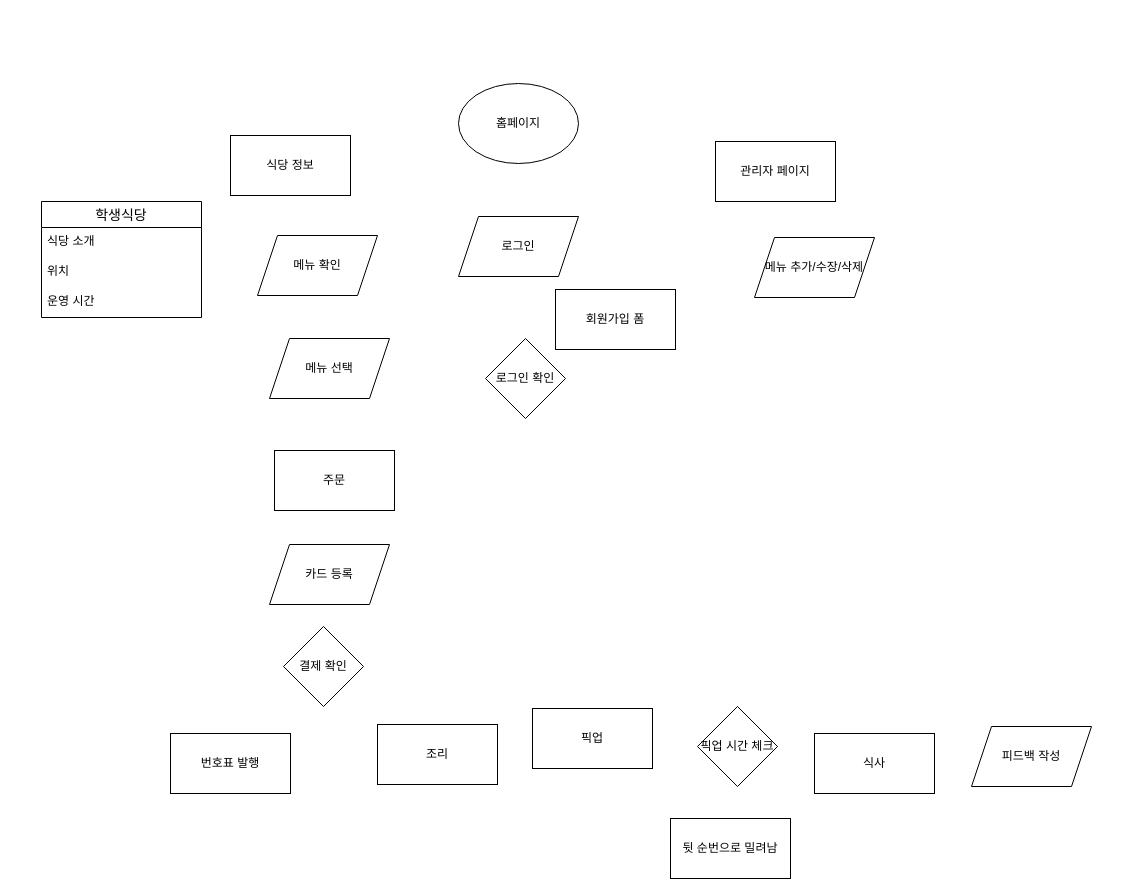
This is student_cafeteria/flowchart2.drawio from four-idiots-team/student-cafteria-ticket-vending, a draw.io file, before an edit. Source tidied: cells renumbered, new cells numbered last; positions are measured from the earlier drawing's top-left corner, leaving out a move shared by most shapes. Both pictures are drawn from the tidied source at 100%, with x=0, y=0 at pixel (41, 83).
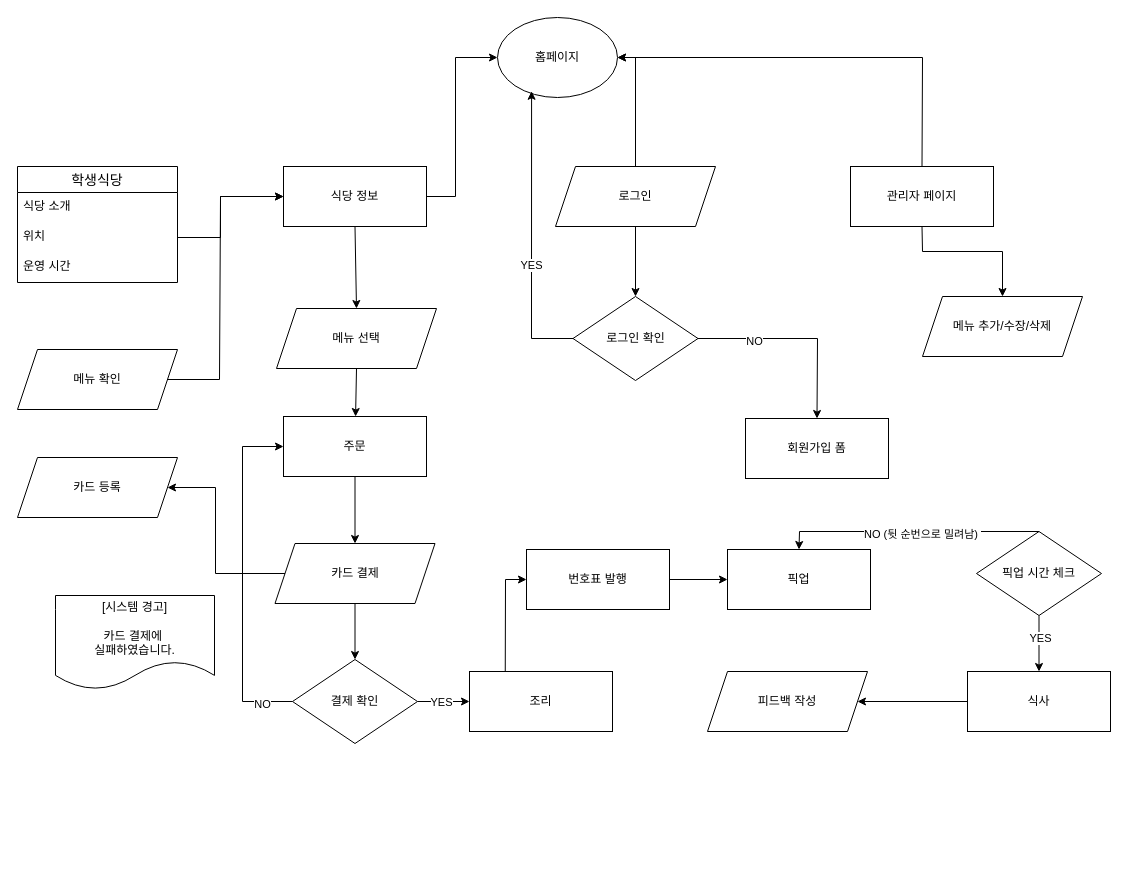
Above is the later version.

Unchanged cells that the change refers to:
```xml
<mxCell id="5" value="위치" style="text;strokeColor=none;fillColor=none;spacingLeft=4;spacingRight=4;overflow=hidden;points=[[0,0.5],[1,0.5]];portConstraint=eastwest;fontSize=12;whiteSpace=wrap;html=1;fontFamily=Helvetica;fontColor=default;" parent="3" vertex="1">
  <mxGeometry y="56" width="160" height="30" as="geometry" />
</mxCell>
```

The edit, as a diff of the source:
```diff
@@
     <mxCell id="2" value="홈페이지" style="ellipse;whiteSpace=wrap;html=1;strokeColor=default;align=center;verticalAlign=middle;fontFamily=Helvetica;fontSize=12;fontColor=default;fillColor=default;" parent="1" vertex="1">
-      <mxGeometry x="417" width="120" height="80" as="geometry" />
+      <mxGeometry x="456" y="-66" width="120" height="80" as="geometry" />
     </mxCell>
     <mxCell id="3" value="학생식당" style="swimlane;fontStyle=0;horizontal=1;startSize=26;align=center;fontSize=14;strokeColor=default;verticalAlign=middle;fontFamily=Helvetica;fontColor=default;fillColor=default;glass=0;" parent="1" vertex="1">
-      <mxGeometry y="118" width="160" height="116" as="geometry" />
+      <mxGeometry x="-24" y="83" width="160" height="116" as="geometry" />
     </mxCell>
@@
+    <mxCell id="10" value="결제 확인" style="rhombus;whiteSpace=wrap;html=1;strokeColor=default;align=center;verticalAlign=middle;fontFamily=Helvetica;fontSize=12;fontColor=default;fillColor=default;" parent="1" vertex="1">
+      <mxGeometry x="251" y="576" width="125" height="84" as="geometry" />
+    </mxCell>
+    <mxCell id="20" value="메뉴 추가/수장/삭제" style="shape=parallelogram;perimeter=parallelogramPerimeter;whiteSpace=wrap;html=1;fixedSize=1;strokeColor=default;align=center;verticalAlign=middle;fontFamily=Helvetica;fontSize=12;fontColor=default;fillColor=default;" parent="1" vertex="1">
+      <mxGeometry x="881" y="213" width="160" height="60" as="geometry" />
+    </mxCell>
+    <mxCell id="9" value="메뉴 확인" style="shape=parallelogram;perimeter=parallelogramPerimeter;whiteSpace=wrap;html=1;fixedSize=1;strokeColor=default;align=center;verticalAlign=middle;fontFamily=Helvetica;fontSize=12;fontColor=default;fillColor=default;" parent="1" vertex="1">
+      <mxGeometry x="-24" y="266" width="160" height="60" as="geometry" />
+    </mxCell>
+    <mxCell id="21" value="메뉴 선택" style="shape=parallelogram;perimeter=parallelogramPerimeter;whiteSpace=wrap;html=1;fixedSize=1;strokeColor=default;align=center;verticalAlign=middle;fontFamily=Helvetica;fontSize=12;fontColor=default;fillColor=default;" parent="1" vertex="1">
+      <mxGeometry x="235" y="225" width="160" height="60" as="geometry" />
+    </mxCell>
+    <mxCell id="25" value="카드 결제" style="shape=parallelogram;perimeter=parallelogramPerimeter;whiteSpace=wrap;html=1;fixedSize=1;strokeColor=default;align=center;verticalAlign=middle;fontFamily=Helvetica;fontSize=12;fontColor=default;fillColor=default;" parent="1" vertex="1">
+      <mxGeometry x="233.5" y="460" width="160" height="60" as="geometry" />
+    </mxCell>
+    <mxCell id="23" value="식당 정보" style="rounded=0;whiteSpace=wrap;html=1;strokeColor=default;align=center;verticalAlign=middle;fontFamily=Helvetica;fontSize=12;fontColor=default;fillColor=default;" parent="1" vertex="1">
+      <mxGeometry x="242" y="83" width="143" height="60" as="geometry" />
+    </mxCell>
     <mxCell id="7" value="회원가입 폼" style="rounded=0;whiteSpace=wrap;html=1;strokeColor=default;align=center;verticalAlign=middle;fontFamily=Helvetica;fontSize=12;fontColor=default;fillColor=default;" parent="1" vertex="1">
-      <mxGeometry x="514" y="206" width="120" height="60" as="geometry" />
+      <mxGeometry x="704" y="335" width="143" height="60" as="geometry" />
     </mxCell>
+    <mxCell id="19" value="관리자 페이지" style="rounded=0;whiteSpace=wrap;html=1;strokeColor=default;align=center;verticalAlign=middle;fontFamily=Helvetica;fontSize=12;fontColor=default;fillColor=default;" parent="1" vertex="1">
+      <mxGeometry x="809" y="83" width="143" height="60" as="geometry" />
+    </mxCell>
     <mxCell id="8" value="로그인" style="shape=parallelogram;perimeter=parallelogramPerimeter;whiteSpace=wrap;html=1;fixedSize=1;strokeColor=default;align=center;verticalAlign=middle;fontFamily=Helvetica;fontSize=12;fontColor=default;fillColor=default;" parent="1" vertex="1">
-      <mxGeometry x="417" y="133" width="120" height="60" as="geometry" />
+      <mxGeometry x="514" y="83" width="160" height="60" as="geometry" />
     </mxCell>
-    <mxCell id="9" value="메뉴 확인" style="shape=parallelogram;perimeter=parallelogramPerimeter;whiteSpace=wrap;html=1;fixedSize=1;strokeColor=default;align=center;verticalAlign=middle;fontFamily=Helvetica;fontSize=12;fontColor=default;fillColor=default;" parent="1" vertex="1">
-      <mxGeometry x="216" y="152" width="120" height="60" as="geometry" />
-    </mxCell>
-    <mxCell id="10" value="결제 확인" style="rhombus;whiteSpace=wrap;html=1;strokeColor=default;align=center;verticalAlign=middle;fontFamily=Helvetica;fontSize=12;fontColor=default;fillColor=default;" parent="1" vertex="1">
-      <mxGeometry x="242" y="543" width="80" height="80" as="geometry" />
-    </mxCell>
+    <mxCell id="16" value="피드백 작성" style="shape=parallelogram;perimeter=parallelogramPerimeter;whiteSpace=wrap;html=1;fixedSize=1;strokeColor=default;align=center;verticalAlign=middle;fontFamily=Helvetica;fontSize=12;fontColor=default;fillColor=default;" parent="1" vertex="1">
+      <mxGeometry x="666" y="588" width="160" height="60" as="geometry" />
+    </mxCell>
     <mxCell id="11" value="번호표 발행" style="rounded=0;whiteSpace=wrap;html=1;strokeColor=default;align=center;verticalAlign=middle;fontFamily=Helvetica;fontSize=12;fontColor=default;fillColor=default;" parent="1" vertex="1">
-      <mxGeometry x="129" y="650" width="120" height="60" as="geometry" />
+      <mxGeometry x="485" y="466" width="143" height="60" as="geometry" />
     </mxCell>
     <mxCell id="12" value="조리" style="rounded=0;whiteSpace=wrap;html=1;strokeColor=default;align=center;verticalAlign=middle;fontFamily=Helvetica;fontSize=12;fontColor=default;fillColor=default;" parent="1" vertex="1">
-      <mxGeometry x="336" y="641" width="120" height="60" as="geometry" />
+      <mxGeometry x="428" y="588" width="143" height="60" as="geometry" />
     </mxCell>
     <mxCell id="13" value="픽업" style="rounded=0;whiteSpace=wrap;html=1;strokeColor=default;align=center;verticalAlign=middle;fontFamily=Helvetica;fontSize=12;fontColor=default;fillColor=default;" parent="1" vertex="1">
-      <mxGeometry x="491" y="625" width="120" height="60" as="geometry" />
+      <mxGeometry x="686" y="466" width="143" height="60" as="geometry" />
     </mxCell>
     <mxCell id="14" value="식사" style="rounded=0;whiteSpace=wrap;html=1;strokeColor=default;align=center;verticalAlign=middle;fontFamily=Helvetica;fontSize=12;fontColor=default;fillColor=default;" parent="1" vertex="1">
-      <mxGeometry x="773" y="650" width="120" height="60" as="geometry" />
+      <mxGeometry x="926" y="588" width="143" height="60" as="geometry" />
     </mxCell>
+    <mxCell id="18" value="로그인 확인" style="rhombus;whiteSpace=wrap;html=1;strokeColor=default;align=center;verticalAlign=middle;fontFamily=Helvetica;fontSize=12;fontColor=default;fillColor=default;" parent="1" vertex="1">
+      <mxGeometry x="531.5" y="213" width="125" height="84" as="geometry" />
+    </mxCell>
+    <mxCell id="17" value="주문" style="rounded=0;whiteSpace=wrap;html=1;strokeColor=default;align=center;verticalAlign=middle;fontFamily=Helvetica;fontSize=12;fontColor=default;fillColor=default;" parent="1" vertex="1">
+      <mxGeometry x="242" y="333" width="143" height="60" as="geometry" />
+    </mxCell>
     <mxCell id="15" value="픽업 시간 체크" style="rhombus;whiteSpace=wrap;html=1;strokeColor=default;align=center;verticalAlign=middle;fontFamily=Helvetica;fontSize=12;fontColor=default;fillColor=default;" parent="1" vertex="1">
-      <mxGeometry x="656" y="623" width="80" height="80" as="geometry" />
+      <mxGeometry x="935" y="448" width="125" height="84" as="geometry" />
     </mxCell>
-    <mxCell id="16" value="피드백 작성" style="shape=parallelogram;perimeter=parallelogramPerimeter;whiteSpace=wrap;html=1;fixedSize=1;strokeColor=default;align=center;verticalAlign=middle;fontFamily=Helvetica;fontSize=12;fontColor=default;fillColor=default;" parent="1" vertex="1">
-      <mxGeometry x="930" y="643" width="120" height="60" as="geometry" />
-    </mxCell>
-    <mxCell id="17" value="주문" style="rounded=0;whiteSpace=wrap;html=1;strokeColor=default;align=center;verticalAlign=middle;fontFamily=Helvetica;fontSize=12;fontColor=default;fillColor=default;" parent="1" vertex="1">
-      <mxGeometry x="233" y="367" width="120" height="60" as="geometry" />
-    </mxCell>
-    <mxCell id="18" value="로그인 확인" style="rhombus;whiteSpace=wrap;html=1;strokeColor=default;align=center;verticalAlign=middle;fontFamily=Helvetica;fontSize=12;fontColor=default;fillColor=default;" parent="1" vertex="1">
-      <mxGeometry x="444" y="255" width="80" height="80" as="geometry" />
-    </mxCell>
-    <mxCell id="19" value="관리자 페이지" style="rounded=0;whiteSpace=wrap;html=1;strokeColor=default;align=center;verticalAlign=middle;fontFamily=Helvetica;fontSize=12;fontColor=default;fillColor=default;" parent="1" vertex="1">
-      <mxGeometry x="674" y="58" width="120" height="60" as="geometry" />
-    </mxCell>
-    <mxCell id="20" value="메뉴 추가/수장/삭제" style="shape=parallelogram;perimeter=parallelogramPerimeter;whiteSpace=wrap;html=1;fixedSize=1;strokeColor=default;align=center;verticalAlign=middle;fontFamily=Helvetica;fontSize=12;fontColor=default;fillColor=default;" parent="1" vertex="1">
-      <mxGeometry x="713" y="154" width="120" height="60" as="geometry" />
-    </mxCell>
-    <mxCell id="21" value="메뉴 선택" style="shape=parallelogram;perimeter=parallelogramPerimeter;whiteSpace=wrap;html=1;fixedSize=1;strokeColor=default;align=center;verticalAlign=middle;fontFamily=Helvetica;fontSize=12;fontColor=default;fillColor=default;" parent="1" vertex="1">
-      <mxGeometry x="228" y="255" width="120" height="60" as="geometry" />
-    </mxCell>
-    <mxCell id="22" value="뒷 순번으로 밀려남" style="rounded=0;whiteSpace=wrap;html=1;strokeColor=default;align=center;verticalAlign=middle;fontFamily=Helvetica;fontSize=12;fontColor=default;fillColor=default;" parent="1" vertex="1">
-      <mxGeometry x="629" y="735" width="120" height="60" as="geometry" />
-    </mxCell>
-    <mxCell id="23" value="식당 정보" style="rounded=0;whiteSpace=wrap;html=1;strokeColor=default;align=center;verticalAlign=middle;fontFamily=Helvetica;fontSize=12;fontColor=default;fillColor=default;" parent="1" vertex="1">
-      <mxGeometry x="189" y="52" width="120" height="60" as="geometry" />
-    </mxCell>
     <mxCell id="24" value="카드 등록" style="shape=parallelogram;perimeter=parallelogramPerimeter;whiteSpace=wrap;html=1;fixedSize=1;strokeColor=default;align=center;verticalAlign=middle;fontFamily=Helvetica;fontSize=12;fontColor=default;fillColor=default;" parent="1" vertex="1">
-      <mxGeometry x="228" y="461" width="120" height="60" as="geometry" />
+      <mxGeometry x="-24" y="374" width="160" height="60" as="geometry" />
     </mxCell>
+    <mxCell id="26" style="endArrow=classic;html=1;rounded=0;exitX=1;exitY=0.5;exitDx=0;exitDy=0;entryX=0;entryY=0.5;entryDx=0;entryDy=0;" parent="1" edge="1" source="5" target="23">
+      <mxGeometry relative="1" as="geometry">
+        <Array as="points">
+          <mxPoint x="179" y="154" />
+          <mxPoint x="179" y="113" />
+        </Array>
+      </mxGeometry>
+    </mxCell>
+    <mxCell id="27" style="endArrow=classic;html=1;rounded=0;exitX=1;exitY=0.5;exitDx=0;exitDy=0;entryX=0;entryY=0.5;entryDx=0;entryDy=0;" parent="1" edge="1" source="9" target="23">
+      <mxGeometry relative="1" as="geometry">
+        <Array as="points">
+          <mxPoint x="178" y="296" />
+          <mxPoint x="179" y="113" />
+        </Array>
+      </mxGeometry>
+    </mxCell>
+    <mxCell id="28" style="endArrow=classic;html=1;rounded=0;exitX=1;exitY=0.5;exitDx=0;exitDy=0;entryX=0;entryY=0.5;entryDx=0;entryDy=0;" parent="1" edge="1" source="23" target="2">
+      <mxGeometry relative="1" as="geometry">
+        <Array as="points">
+          <mxPoint x="414" y="113" />
+          <mxPoint x="414" y="-26" />
+        </Array>
+      </mxGeometry>
+    </mxCell>
+    <mxCell id="29" style="endArrow=classic;html=1;rounded=0;exitX=0.5;exitY=0;exitDx=0;exitDy=0;entryX=1;entryY=0.5;entryDx=0;entryDy=0;" parent="1" edge="1" source="8" target="2">
+      <mxGeometry relative="1" as="geometry">
+        <Array as="points">
+          <mxPoint x="594" y="-26" />
+        </Array>
+      </mxGeometry>
+    </mxCell>
+    <mxCell id="30" style="endArrow=classic;html=1;rounded=0;exitX=0.5;exitY=0;exitDx=0;exitDy=0;entryX=1;entryY=0.5;entryDx=0;entryDy=0;" parent="1" edge="1" source="19" target="2">
+      <mxGeometry relative="1" as="geometry">
+        <Array as="points">
+          <mxPoint x="881" y="-26" />
+        </Array>
+      </mxGeometry>
+    </mxCell>
+    <mxCell id="31" style="endArrow=classic;html=1;rounded=0;entryX=0.5;entryY=0;entryDx=0;entryDy=0;exitX=0.5;exitY=1;exitDx=0;exitDy=0;" parent="1" edge="1" source="23" target="21">
+      <mxGeometry relative="1" as="geometry" />
+    </mxCell>
+    <mxCell id="32" style="endArrow=classic;html=1;rounded=0;entryX=0.5;entryY=0;entryDx=0;entryDy=0;exitX=0.5;exitY=1;exitDx=0;exitDy=0;" parent="1" edge="1" source="8" target="18">
+      <mxGeometry relative="1" as="geometry" />
+    </mxCell>
+    <mxCell id="33" style="endArrow=classic;html=1;rounded=0;exitX=1;exitY=0.5;exitDx=0;exitDy=0;entryX=0.5;entryY=0;entryDx=0;entryDy=0;" parent="1" edge="1" source="18" target="7">
+      <mxGeometry relative="1" as="geometry">
+        <Array as="points">
+          <mxPoint x="776" y="255" />
+        </Array>
+      </mxGeometry>
+    </mxCell>
+    <mxCell id="34" value="NO" style="edgeLabel;html=1;align=center;verticalAlign=middle;" parent="33" vertex="1">
+      <mxGeometry x="-0.44" y="-2" relative="1" as="geometry" />
+    </mxCell>
+    <mxCell id="35" style="endArrow=classic;html=1;rounded=0;exitX=0;exitY=0.5;exitDx=0;exitDy=0;entryX=0.284;entryY=0.922;entryDx=0;entryDy=0;entryPerimeter=0;" parent="1" edge="1" source="18" target="2">
+      <mxGeometry relative="1" as="geometry">
+        <Array as="points">
+          <mxPoint x="490" y="255" />
+        </Array>
+      </mxGeometry>
+    </mxCell>
+    <mxCell id="36" value="YES" style="edgeLabel;html=1;align=center;verticalAlign=middle;" parent="35" vertex="1">
+      <mxGeometry x="-0.2" y="1" relative="1" as="geometry" />
+    </mxCell>
+    <mxCell id="37" style="endArrow=classic;html=1;rounded=0;entryX=0.5;entryY=0;entryDx=0;entryDy=0;exitX=0.5;exitY=1;exitDx=0;exitDy=0;" parent="1" edge="1" source="19" target="20">
+      <mxGeometry relative="1" as="geometry">
+        <Array as="points">
+          <mxPoint x="881" y="168" />
+          <mxPoint x="961" y="168" />
+        </Array>
+      </mxGeometry>
+    </mxCell>
+    <mxCell id="38" style="endArrow=classic;html=1;rounded=0;exitX=0.5;exitY=1;exitDx=0;exitDy=0;" parent="1" edge="1" source="21" target="17">
+      <mxGeometry relative="1" as="geometry" />
+    </mxCell>
+    <mxCell id="39" style="endArrow=classic;html=1;rounded=0;exitX=0.5;exitY=1;exitDx=0;exitDy=0;entryX=0.5;entryY=0;entryDx=0;entryDy=0;" parent="1" edge="1" source="17" target="25">
+      <mxGeometry relative="1" as="geometry" />
+    </mxCell>
+    <mxCell id="40" style="endArrow=classic;html=1;rounded=0;exitX=0;exitY=0.5;exitDx=0;exitDy=0;entryX=1;entryY=0.5;entryDx=0;entryDy=0;" parent="1" edge="1" source="25" target="24">
+      <mxGeometry relative="1" as="geometry">
+        <Array as="points">
+          <mxPoint x="174" y="490" />
+          <mxPoint x="174" y="404" />
+        </Array>
+      </mxGeometry>
+    </mxCell>
+    <mxCell id="41" style="endArrow=classic;html=1;rounded=0;exitX=0.5;exitY=1;exitDx=0;exitDy=0;entryX=0.5;entryY=0;entryDx=0;entryDy=0;" parent="1" edge="1" source="25" target="10">
+      <mxGeometry relative="1" as="geometry" />
+    </mxCell>
+    <mxCell id="42" style="endArrow=classic;html=1;rounded=0;exitX=1;exitY=0.5;exitDx=0;exitDy=0;entryX=0;entryY=0.5;entryDx=0;entryDy=0;" parent="1" edge="1" source="10" target="12">
+      <mxGeometry relative="1" as="geometry" />
+    </mxCell>
+    <mxCell id="43" value="YES" style="edgeLabel;html=1;align=center;verticalAlign=middle;" parent="42" vertex="1">
+      <mxGeometry x="-0.11" relative="1" as="geometry" />
+    </mxCell>
+    <mxCell id="44" style="endArrow=classic;html=1;rounded=0;exitX=0.25;exitY=0;exitDx=0;exitDy=0;entryX=0;entryY=0.5;entryDx=0;entryDy=0;" parent="1" edge="1" source="12" target="11">
+      <mxGeometry relative="1" as="geometry">
+        <Array as="points">
+          <mxPoint x="464" y="496" />
+        </Array>
+      </mxGeometry>
+    </mxCell>
+    <mxCell id="45" style="endArrow=classic;html=1;rounded=0;exitX=1;exitY=0.5;exitDx=0;exitDy=0;entryX=0;entryY=0.5;entryDx=0;entryDy=0;" parent="1" edge="1" source="11" target="13">
+      <mxGeometry relative="1" as="geometry" />
+    </mxCell>
+    <mxCell id="46" style="endArrow=classic;html=1;rounded=0;entryX=0.5;entryY=0;entryDx=0;entryDy=0;exitX=0.5;exitY=0;exitDx=0;exitDy=0;" parent="1" edge="1" source="15" target="13">
+      <mxGeometry relative="1" as="geometry">
+        <Array as="points">
+          <mxPoint x="758" y="448" />
+        </Array>
+      </mxGeometry>
+    </mxCell>
+    <mxCell id="47" value="NO (뒷 순번으로 밀려남)&amp;nbsp;" style="edgeLabel;html=1;align=center;verticalAlign=middle;" parent="46" vertex="1">
+      <mxGeometry x="-0.09" y="2" relative="1" as="geometry" />
+    </mxCell>
+    <mxCell id="48" style="endArrow=classic;html=1;rounded=0;entryX=0.5;entryY=0;entryDx=0;entryDy=0;exitX=0.5;exitY=1;exitDx=0;exitDy=0;" parent="1" edge="1" source="15" target="14">
+      <mxGeometry relative="1" as="geometry" />
+    </mxCell>
+    <mxCell id="49" value="YES" style="edgeLabel;html=1;align=center;verticalAlign=middle;" parent="48" vertex="1">
+      <mxGeometry x="-0.2" y="1" relative="1" as="geometry" />
+    </mxCell>
+    <mxCell id="50" style="endArrow=classic;html=1;rounded=0;entryX=1;entryY=0.5;entryDx=0;entryDy=0;exitX=0;exitY=0.5;exitDx=0;exitDy=0;" parent="1" edge="1" source="14" target="16">
+      <mxGeometry relative="1" as="geometry" />
+    </mxCell>
+    <mxCell id="51" value="[시스템 경고]&lt;div&gt;&lt;br&gt;&lt;div&gt;카드 결제에&amp;nbsp;&lt;/div&gt;&lt;div&gt;실패하였습니다.&lt;/div&gt;&lt;/div&gt;" style="shape=document;whiteSpace=wrap;html=1;boundedLbl=1;" parent="1" vertex="1">
+      <mxGeometry x="14" y="512" width="159" height="94" as="geometry" />
+    </mxCell>
+    <mxCell id="52" style="endArrow=classic;html=1;rounded=0;exitX=0;exitY=0.5;exitDx=0;exitDy=0;entryX=0;entryY=0.5;entryDx=0;entryDy=0;" parent="1" edge="1" source="10" target="17">
+      <mxGeometry relative="1" as="geometry">
+        <Array as="points">
+          <mxPoint x="201" y="618" />
+          <mxPoint x="201" y="363" />
+        </Array>
+      </mxGeometry>
+    </mxCell>
+    <mxCell id="53" value="NO" style="edgeLabel;html=1;align=center;verticalAlign=middle;" parent="52" vertex="1">
+      <mxGeometry x="-0.82" y="2" relative="1" as="geometry" />
+    </mxCell>
```
